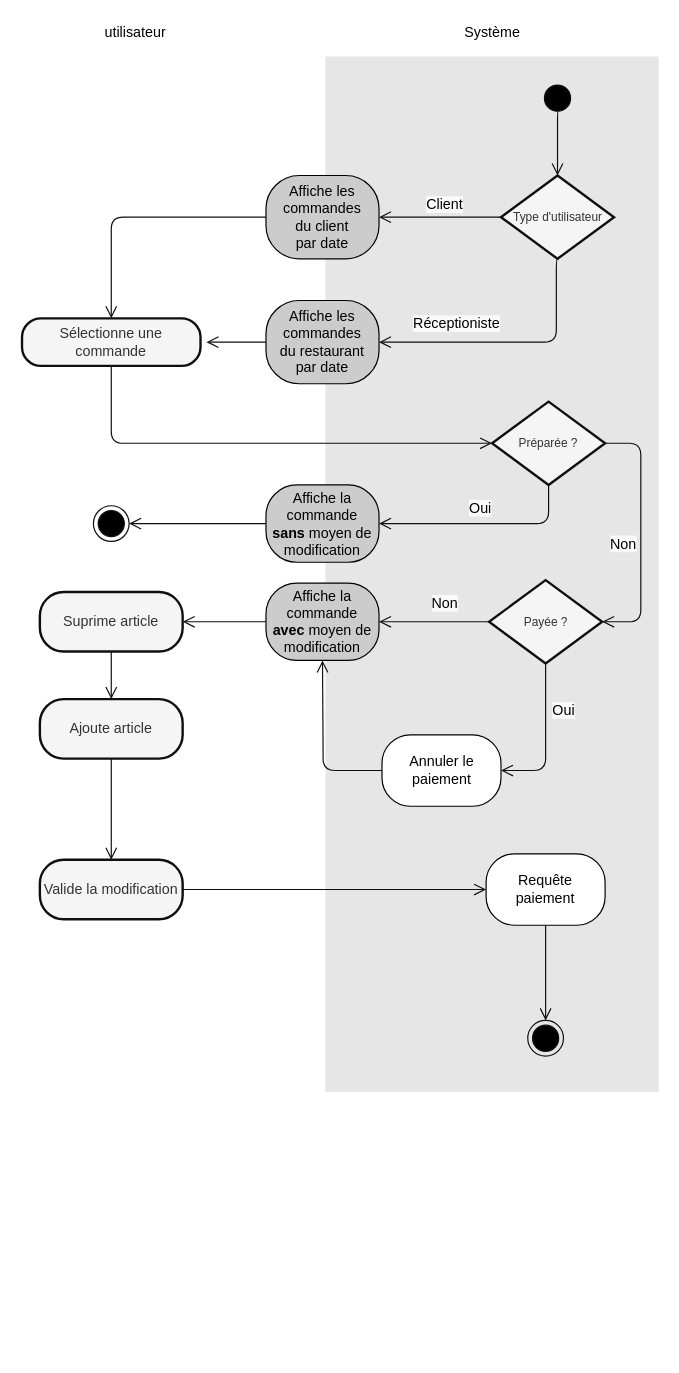
This is diagrams/activity/edit.drawio from gsagot/oc_p6_ocPizza, a draw.io file, before an edit. Source tidied: cells renumbered, new cells numbered last; positions are measured from the earlier drawing's top-left corner, leaving out a move shared by most shapes. Both pictures are drawn from the tidied source at 119%, with x=0, y=0 at pixel (21, 20).
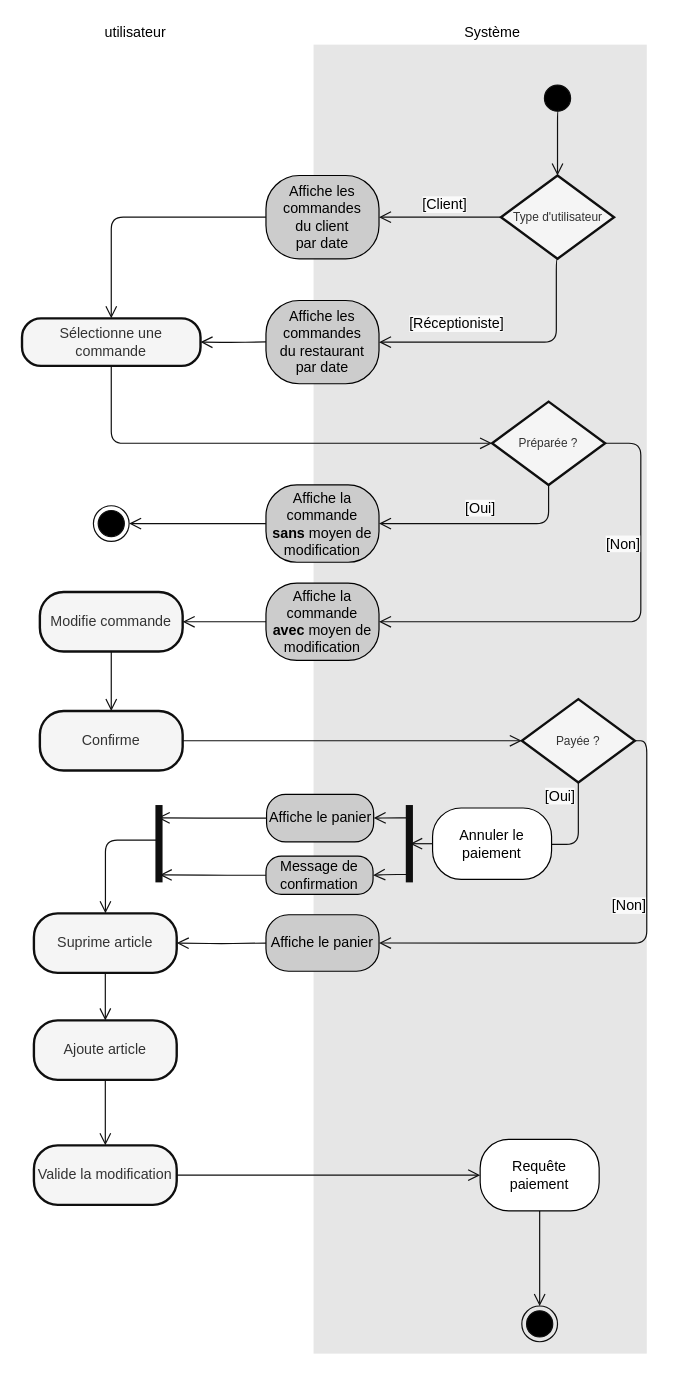
Above is the later version.

Unchanged cells that the change refers to:
```xml
<mxCell id="7" value="Sélectionne une commande" style="rounded=1;whiteSpace=wrap;html=1;arcSize=40;fillColor=#f5f5f5;shadow=0;sketch=0;fontColor=#333333;strokeWidth=2;strokeColor=#0F0F0F;" parent="1" vertex="1">
  <mxGeometry y="250" width="150" height="40" as="geometry" />
</mxCell>
<mxCell id="12" value="Affiche la commande&lt;br&gt;&lt;b&gt;avec&lt;/b&gt; moyen de modification" style="rounded=1;whiteSpace=wrap;html=1;arcSize=40;shadow=0;sketch=0;fillColor=#CCCCCC;" parent="1" vertex="1">
  <mxGeometry x="205" y="472.5" width="95" height="65" as="geometry" />
</mxCell>
<mxCell id="16" value="&lt;font size=&quot;1&quot;&gt;Type d'utilisateur&lt;/font&gt;" style="rhombus;whiteSpace=wrap;html=1;fillColor=#f5f5f5;shadow=0;sketch=0;fontColor=#333333;strokeWidth=2;strokeColor=#0F0F0F;" parent="1" vertex="1">
  <mxGeometry x="402.5" y="130" width="95" height="70" as="geometry" />
</mxCell>
<mxCell id="17" value="Affiche les commandes&lt;br&gt;du restaurant &lt;br&gt;par date" style="rounded=1;whiteSpace=wrap;html=1;arcSize=40;shadow=0;sketch=0;fillColor=#CCCCCC;" parent="1" vertex="1">
  <mxGeometry x="205" y="235" width="95" height="70" as="geometry" />
</mxCell>
<mxCell id="26" value="&lt;font size=&quot;1&quot;&gt;Préparée ?&lt;/font&gt;" style="rhombus;whiteSpace=wrap;html=1;fillColor=#f5f5f5;shadow=0;sketch=0;fontColor=#333333;strokeWidth=2;strokeColor=#0F0F0F;" parent="1" vertex="1">
  <mxGeometry x="395" y="320" width="95" height="70" as="geometry" />
</mxCell>
<mxCell id="31" value="Affiche la commande&lt;br&gt;&lt;b&gt;sans&lt;/b&gt; moyen de modification" style="rounded=1;whiteSpace=wrap;html=1;arcSize=40;shadow=0;sketch=0;fillColor=#CCCCCC;" parent="1" vertex="1">
  <mxGeometry x="205" y="390" width="95" height="65" as="geometry" />
</mxCell>
```

Change to the diagram source:
```diff
@@
-    <mxCell id="2" style="rounded=0;whiteSpace=wrap;html=1;strokeColor=none;fillColor=#E6E6E6;" parent="1" vertex="1">
-      <mxGeometry x="255" y="30" width="280" height="870" as="geometry" />
-    </mxCell>
-    <mxCell id="3" style="ellipse;html=1;shape=startState;fillColor=#000000;shadow=0;sketch=0;strokeColor=#0F0F0F;" parent="1" vertex="1">
-      <mxGeometry x="435" y="50" width="30" height="30" as="geometry" />
-    </mxCell>
-    <mxCell id="4" style="edgeStyle=orthogonalEdgeStyle;html=1;verticalAlign=bottom;endArrow=open;endSize=8;strokeColor=#0F0F0F;exitX=0.544;exitY=0.839;exitDx=0;exitDy=0;exitPerimeter=0;entryX=0.5;entryY=0;entryDx=0;entryDy=0;" parent="1" edge="1" source="3" target="16">
-      <mxGeometry relative="1" as="geometry">
-        <Array as="points">
-          <mxPoint x="450" y="75" />
-        </Array>
-      </mxGeometry>
-    </mxCell>
+    <mxCell id="44" style="rounded=0;whiteSpace=wrap;html=1;strokeColor=none;fillColor=#E6E6E6;" parent="1" vertex="1">
+      <mxGeometry x="245" y="20" width="280" height="1100" as="geometry" />
+    </mxCell>
+    <mxCell id="45" style="ellipse;html=1;shape=startState;fillColor=#000000;shadow=0;sketch=0;strokeColor=#0F0F0F;" parent="1" vertex="1">
+      <mxGeometry x="435" y="50" width="30" height="30" as="geometry" />
+    </mxCell>
+    <mxCell id="46" style="edgeStyle=orthogonalEdgeStyle;html=1;verticalAlign=bottom;endArrow=open;endSize=8;strokeColor=#0F0F0F;exitX=0.544;exitY=0.839;exitDx=0;exitDy=0;exitPerimeter=0;entryX=0.5;entryY=0;entryDx=0;entryDy=0;" parent="1" edge="1" source="45" target="16">
+      <mxGeometry relative="1" as="geometry">
+        <Array as="points">
+          <mxPoint x="450" y="75" />
+        </Array>
+      </mxGeometry>
+    </mxCell>
@@
     <mxCell id="8" value="Suprime article" style="rounded=1;whiteSpace=wrap;html=1;arcSize=40;fillColor=#f5f5f5;shadow=0;sketch=0;fontColor=#333333;strokeWidth=2;strokeColor=#0F0F0F;" parent="1" vertex="1">
-      <mxGeometry x="15" y="480" width="120" height="50" as="geometry" />
+      <mxGeometry x="10" y="750" width="120" height="50" as="geometry" />
     </mxCell>
@@
-    <mxCell id="10" style="edgeStyle=orthogonalEdgeStyle;html=1;verticalAlign=bottom;endArrow=open;endSize=8;strokeColor=#0F0F0F;exitX=1;exitY=0.5;exitDx=0;exitDy=0;entryX=1;entryY=0.5;entryDx=0;entryDy=0;" parent="1" edge="1" source="26" target="37">
-      <mxGeometry relative="1" as="geometry">
-        <Array as="points">
-          <mxPoint x="520" y="355" />
-          <mxPoint x="520" y="505" />
-        </Array>
-      </mxGeometry>
-    </mxCell>
-    <mxCell id="11" style="edgeStyle=orthogonalEdgeStyle;rounded=1;jettySize=auto;html=1;exitX=0;exitY=0.5;exitDx=0;exitDy=0;entryX=1;entryY=0.5;entryDx=0;entryDy=0;verticalAlign=bottom;strokeColor=#0F0F0F;endArrow=open;endSize=8;" parent="1" edge="1" source="12" target="8">
-      <mxGeometry relative="1" as="geometry" />
-    </mxCell>
+    <mxCell id="47" style="edgeStyle=orthogonalEdgeStyle;html=1;verticalAlign=bottom;endArrow=open;endSize=8;strokeColor=#0F0F0F;exitX=1;exitY=0.5;exitDx=0;exitDy=0;entryX=1;entryY=0.5;entryDx=0;entryDy=0;" parent="1" edge="1" source="26" target="12">
+      <mxGeometry relative="1" as="geometry">
+        <Array as="points">
+          <mxPoint x="520" y="355" />
+          <mxPoint x="520" y="505" />
+        </Array>
+      </mxGeometry>
+    </mxCell>
+    <mxCell id="48" style="edgeStyle=orthogonalEdgeStyle;rounded=1;jettySize=auto;html=1;exitX=0;exitY=0.5;exitDx=0;exitDy=0;verticalAlign=bottom;strokeColor=#0F0F0F;endArrow=open;endSize=8;entryX=1;entryY=0.5;entryDx=0;entryDy=0;" parent="1" edge="1" source="12" target="60">
+      <mxGeometry relative="1" as="geometry" />
+    </mxCell>
@@
-    <mxCell id="13" style="edgeStyle=orthogonalEdgeStyle;html=1;verticalAlign=bottom;endArrow=open;endSize=8;strokeColor=#0F0F0F;entryX=0.5;entryY=0;entryDx=0;entryDy=0;exitX=0.5;exitY=1;exitDx=0;exitDy=0;" parent="1" edge="1" source="15" target="14">
-      <mxGeometry relative="1" as="geometry">
-        <Array as="points">
-          <mxPoint x="440" y="780" />
-        </Array>
-      </mxGeometry>
-    </mxCell>
-    <mxCell id="14" style="ellipse;html=1;shape=endState;fillColor=#000000;shadow=0;sketch=0;strokeColor=#0F0F0F;" parent="1" vertex="1">
-      <mxGeometry x="425" y="840" width="30" height="30" as="geometry" />
-    </mxCell>
+    <mxCell id="49" style="edgeStyle=orthogonalEdgeStyle;html=1;verticalAlign=bottom;endArrow=open;endSize=8;strokeColor=#0F0F0F;entryX=0.5;entryY=0;entryDx=0;entryDy=0;exitX=0.5;exitY=1;exitDx=0;exitDy=0;" parent="1" edge="1" source="15" target="50">
+      <mxGeometry relative="1" as="geometry">
+        <Array as="points">
+          <mxPoint x="435" y="1020" />
+          <mxPoint x="435" y="1020" />
+        </Array>
+      </mxGeometry>
+    </mxCell>
+    <mxCell id="50" style="ellipse;html=1;shape=endState;fillColor=#000000;shadow=0;sketch=0;strokeColor=#0F0F0F;" parent="1" vertex="1">
+      <mxGeometry x="420" y="1080" width="30" height="30" as="geometry" />
+    </mxCell>
     <mxCell id="15" value="Requête&lt;br&gt;paiement" style="rounded=1;whiteSpace=wrap;html=1;arcSize=40;shadow=0;sketch=0;" parent="1" vertex="1">
-      <mxGeometry x="390" y="700" width="100" height="60" as="geometry" />
+      <mxGeometry x="385" y="940" width="100" height="60" as="geometry" />
     </mxCell>
@@
-    <mxCell id="18" style="edgeStyle=orthogonalEdgeStyle;html=1;verticalAlign=bottom;endArrow=open;endSize=8;strokeColor=#0F0F0F;exitX=0.544;exitY=0.839;exitDx=0;exitDy=0;exitPerimeter=0;entryX=1;entryY=0.5;entryDx=0;entryDy=0;" parent="1" edge="1" target="17">
-      <mxGeometry relative="1" as="geometry">
-        <mxPoint x="450.7" y="200" as="sourcePoint" />
-        <Array as="points">
-          <mxPoint x="449" y="200" />
-          <mxPoint x="449" y="270" />
-        </Array>
-      </mxGeometry>
-    </mxCell>
+    <mxCell id="51" style="edgeStyle=orthogonalEdgeStyle;html=1;verticalAlign=bottom;endArrow=open;endSize=8;strokeColor=#0F0F0F;exitX=0.544;exitY=0.839;exitDx=0;exitDy=0;exitPerimeter=0;entryX=1;entryY=0.5;entryDx=0;entryDy=0;" parent="1" edge="1" target="17">
+      <mxGeometry relative="1" as="geometry">
+        <mxPoint x="450.7" y="200" as="sourcePoint" />
+        <Array as="points">
+          <mxPoint x="449" y="200" />
+          <mxPoint x="449" y="270" />
+        </Array>
+      </mxGeometry>
+    </mxCell>
@@
-    <mxCell id="20" value="&lt;span style=&quot;background-color: rgb(250 , 250 , 250)&quot;&gt;Client&lt;/span&gt;" style="text;html=1;align=center;verticalAlign=middle;strokeColor=none;" parent="1" vertex="1">
-      <mxGeometry x="330" y="145" width="50" height="20" as="geometry" />
-    </mxCell>
-    <mxCell id="21" value="&lt;span style=&quot;background-color: rgb(250 , 250 , 250)&quot;&gt;Réceptioniste&lt;/span&gt;" style="text;html=1;align=center;verticalAlign=middle;strokeColor=none;" parent="1" vertex="1">
-      <mxGeometry x="320" y="245" width="90" height="20" as="geometry" />
-    </mxCell>
-    <mxCell id="22" style="edgeStyle=orthogonalEdgeStyle;html=1;verticalAlign=bottom;endArrow=open;endSize=8;strokeColor=#0F0F0F;exitX=0;exitY=0.5;exitDx=0;exitDy=0;" parent="1" edge="1">
-      <mxGeometry relative="1" as="geometry">
-        <mxPoint x="205" y="269.8" as="sourcePoint" />
-        <mxPoint x="155" y="270" as="targetPoint" />
-        <Array as="points">
-          <mxPoint x="155" y="269.8" />
-          <mxPoint x="155" y="269.8" />
-        </Array>
-      </mxGeometry>
-    </mxCell>
+    <mxCell id="52" value="&lt;span style=&quot;background-color: rgb(250 , 250 , 250)&quot;&gt;[Client]&lt;/span&gt;" style="text;html=1;align=center;verticalAlign=middle;strokeColor=none;" parent="1" vertex="1">
+      <mxGeometry x="330" y="145" width="50" height="20" as="geometry" />
+    </mxCell>
+    <mxCell id="53" value="&lt;span style=&quot;background-color: rgb(250 , 250 , 250)&quot;&gt;[Réceptioniste]&lt;/span&gt;" style="text;html=1;align=center;verticalAlign=middle;strokeColor=none;" parent="1" vertex="1">
+      <mxGeometry x="320" y="245" width="90" height="20" as="geometry" />
+    </mxCell>
+    <mxCell id="54" style="edgeStyle=orthogonalEdgeStyle;html=1;verticalAlign=bottom;endArrow=open;endSize=8;strokeColor=#0F0F0F;exitX=0;exitY=0.5;exitDx=0;exitDy=0;entryX=1;entryY=0.5;entryDx=0;entryDy=0;" parent="1" edge="1" target="7">
+      <mxGeometry relative="1" as="geometry">
+        <mxPoint x="205" y="269.8" as="sourcePoint" />
+      </mxGeometry>
+    </mxCell>
@@
     <mxCell id="27" value="Ajoute article" style="rounded=1;whiteSpace=wrap;html=1;arcSize=40;fillColor=#f5f5f5;shadow=0;sketch=0;fontColor=#333333;strokeWidth=2;strokeColor=#0F0F0F;" parent="1" vertex="1">
-      <mxGeometry x="15" y="570" width="120" height="50" as="geometry" />
+      <mxGeometry x="10" y="840" width="120" height="50" as="geometry" />
     </mxCell>
@@
     <mxCell id="29" value="Valide la modification" style="rounded=1;whiteSpace=wrap;html=1;arcSize=40;fillColor=#f5f5f5;shadow=0;sketch=0;fontColor=#333333;strokeWidth=2;strokeColor=#0F0F0F;" parent="1" vertex="1">
-      <mxGeometry x="15" y="705" width="120" height="50" as="geometry" />
+      <mxGeometry x="10" y="945" width="120" height="50" as="geometry" />
     </mxCell>
@@
-    <mxCell id="33" style="ellipse;html=1;shape=endState;fillColor=#000000;shadow=0;sketch=0;strokeColor=#0F0F0F;" parent="1" vertex="1">
-      <mxGeometry x="60" y="407.5" width="30" height="30" as="geometry" />
-    </mxCell>
-    <mxCell id="34" style="edgeStyle=orthogonalEdgeStyle;html=1;verticalAlign=bottom;endArrow=open;endSize=8;strokeColor=#0F0F0F;entryX=1;entryY=0.5;entryDx=0;entryDy=0;exitX=0;exitY=0.5;exitDx=0;exitDy=0;" parent="1" edge="1" source="31">
-      <mxGeometry relative="1" as="geometry">
-        <mxPoint x="90" y="422.5" as="targetPoint" />
-        <Array as="points">
-          <mxPoint x="190" y="423" />
-          <mxPoint x="190" y="423" />
-        </Array>
-      </mxGeometry>
-    </mxCell>
-    <mxCell id="35" value="&lt;span style=&quot;background-color: rgb(250 , 250 , 250)&quot;&gt;Oui&lt;/span&gt;" style="text;html=1;align=center;verticalAlign=middle;strokeColor=none;" parent="1" vertex="1">
-      <mxGeometry x="370" y="400" width="30" height="20" as="geometry" />
-    </mxCell>
-    <mxCell id="36" value="&lt;span style=&quot;background-color: rgb(250 , 250 , 250)&quot;&gt;Non&lt;/span&gt;" style="text;html=1;align=center;verticalAlign=middle;strokeColor=none;" parent="1" vertex="1">
-      <mxGeometry x="485" y="430" width="40" height="20" as="geometry" />
-    </mxCell>
+    <mxCell id="55" style="ellipse;html=1;shape=endState;fillColor=#000000;shadow=0;sketch=0;strokeColor=#0F0F0F;" parent="1" vertex="1">
+      <mxGeometry x="60" y="407.5" width="30" height="30" as="geometry" />
+    </mxCell>
+    <mxCell id="56" style="edgeStyle=orthogonalEdgeStyle;html=1;verticalAlign=bottom;endArrow=open;endSize=8;strokeColor=#0F0F0F;entryX=1;entryY=0.5;entryDx=0;entryDy=0;exitX=0;exitY=0.5;exitDx=0;exitDy=0;" parent="1" edge="1" source="31">
+      <mxGeometry relative="1" as="geometry">
+        <mxPoint x="90" y="422.5" as="targetPoint" />
+        <Array as="points">
+          <mxPoint x="190" y="423" />
+          <mxPoint x="190" y="423" />
+        </Array>
+      </mxGeometry>
+    </mxCell>
+    <mxCell id="57" value="&lt;span style=&quot;background-color: rgb(250 , 250 , 250)&quot;&gt;[Oui]&lt;/span&gt;" style="text;html=1;align=center;verticalAlign=middle;strokeColor=none;" parent="1" vertex="1">
+      <mxGeometry x="365" y="400" width="40" height="20" as="geometry" />
+    </mxCell>
+    <mxCell id="58" value="&lt;span style=&quot;background-color: rgb(250 , 250 , 250)&quot;&gt;[Non]&lt;/span&gt;" style="text;html=1;align=center;verticalAlign=middle;strokeColor=none;" parent="1" vertex="1">
+      <mxGeometry x="485" y="430" width="40" height="20" as="geometry" />
+    </mxCell>
     <mxCell id="37" value="&lt;font size=&quot;1&quot;&gt;Payée ?&lt;/font&gt;" style="rhombus;whiteSpace=wrap;html=1;fillColor=#f5f5f5;shadow=0;sketch=0;fontColor=#333333;strokeWidth=2;strokeColor=#0F0F0F;" parent="1" vertex="1">
-      <mxGeometry x="392.5" y="470" width="95" height="70" as="geometry" />
+      <mxGeometry x="420" y="570" width="95" height="70" as="geometry" />
     </mxCell>
-    <mxCell id="38" style="edgeStyle=orthogonalEdgeStyle;rounded=1;jettySize=auto;html=1;exitX=0;exitY=0.5;exitDx=0;exitDy=0;entryX=1;entryY=0.5;entryDx=0;entryDy=0;verticalAlign=bottom;strokeColor=#0F0F0F;endArrow=open;endSize=8;" parent="1" edge="1" source="37" target="12">
-      <mxGeometry relative="1" as="geometry" />
-    </mxCell>
-    <mxCell id="39" value="&lt;span style=&quot;background-color: rgb(250 , 250 , 250)&quot;&gt;Non&lt;/span&gt;" style="text;html=1;align=center;verticalAlign=middle;strokeColor=none;" parent="1" vertex="1">
-      <mxGeometry x="335" y="480" width="40" height="20" as="geometry" />
-    </mxCell>
+    <mxCell id="59" value="&lt;span style=&quot;background-color: rgb(250 , 250 , 250)&quot;&gt;[Non]&lt;/span&gt;" style="text;html=1;align=center;verticalAlign=middle;strokeColor=none;" parent="1" vertex="1">
+      <mxGeometry x="490" y="734" width="40" height="20" as="geometry" />
+    </mxCell>
-    <mxCell id="40" style="edgeStyle=orthogonalEdgeStyle;html=1;verticalAlign=bottom;endArrow=open;endSize=8;strokeColor=#0F0F0F;exitX=0.5;exitY=1;exitDx=0;exitDy=0;entryX=1;entryY=0.5;entryDx=0;entryDy=0;" parent="1" edge="1" source="37" target="42">
+    <mxCell id="40" style="edgeStyle=orthogonalEdgeStyle;html=1;verticalAlign=bottom;endArrow=open;endSize=8;strokeColor=#0F0F0F;entryX=1;entryY=0.5;entryDx=0;entryDy=0;exitX=0.5;exitY=1;exitDx=0;exitDy=0;" parent="1" edge="1" source="37" target="42">
       <mxGeometry relative="1" as="geometry">
         <Array as="points">
-          <mxPoint x="440" y="630" />
+          <mxPoint x="468" y="692" />
+          <mxPoint x="435" y="692" />
         </Array>
       </mxGeometry>
     </mxCell>
-    <mxCell id="41" value="&lt;span style=&quot;background-color: rgb(250 , 250 , 250)&quot;&gt;Oui&lt;/span&gt;" style="text;html=1;align=center;verticalAlign=middle;strokeColor=none;" parent="1" vertex="1">
-      <mxGeometry x="440" y="570" width="30" height="20" as="geometry" />
-    </mxCell>
     <mxCell id="42" value="Annuler le paiement" style="rounded=1;whiteSpace=wrap;html=1;arcSize=40;shadow=0;sketch=0;" parent="1" vertex="1">
-      <mxGeometry x="302.5" y="600" width="100" height="60" as="geometry" />
+      <mxGeometry x="345" y="661.5" width="100" height="60" as="geometry" />
     </mxCell>
-    <mxCell id="43" style="edgeStyle=orthogonalEdgeStyle;html=1;verticalAlign=bottom;endArrow=open;endSize=8;strokeColor=#0F0F0F;entryX=0.5;entryY=1;entryDx=0;entryDy=0;exitX=0;exitY=0.5;exitDx=0;exitDy=0;" parent="1" edge="1" source="42" target="12">
-      <mxGeometry relative="1" as="geometry">
-        <Array as="points">
-          <mxPoint x="253" y="630" />
-          <mxPoint x="253" y="610" />
-        </Array>
-      </mxGeometry>
-    </mxCell>
+    <mxCell id="60" value="Modifie commande" style="rounded=1;whiteSpace=wrap;html=1;arcSize=40;fillColor=#f5f5f5;shadow=0;sketch=0;fontColor=#333333;strokeWidth=2;strokeColor=#0F0F0F;" parent="1" vertex="1">
+      <mxGeometry x="15" y="480" width="120" height="50" as="geometry" />
+    </mxCell>
+    <mxCell id="61" value="Confirme" style="rounded=1;whiteSpace=wrap;html=1;arcSize=40;fillColor=#f5f5f5;shadow=0;sketch=0;fontColor=#333333;strokeWidth=2;strokeColor=#0F0F0F;" parent="1" vertex="1">
+      <mxGeometry x="15" y="580" width="120" height="50" as="geometry" />
+    </mxCell>
+    <mxCell id="62" style="edgeStyle=orthogonalEdgeStyle;rounded=1;jettySize=auto;html=1;exitX=0.5;exitY=1;exitDx=0;exitDy=0;verticalAlign=bottom;strokeColor=#0F0F0F;endArrow=open;endSize=8;entryX=0.5;entryY=0;entryDx=0;entryDy=0;" parent="1" edge="1" source="60" target="61">
+      <mxGeometry relative="1" as="geometry" />
+    </mxCell>
+    <mxCell id="63" style="edgeStyle=orthogonalEdgeStyle;html=1;verticalAlign=bottom;endArrow=open;endSize=8;strokeColor=#0F0F0F;exitX=1;exitY=0.5;exitDx=0;exitDy=0;entryX=0;entryY=0.5;entryDx=0;entryDy=0;" parent="1" edge="1" source="61" target="37">
+      <mxGeometry relative="1" as="geometry" />
+    </mxCell>
+    <mxCell id="64" style="edgeStyle=orthogonalEdgeStyle;html=1;verticalAlign=bottom;endArrow=open;endSize=8;strokeColor=#0F0F0F;entryX=1;entryY=0.5;entryDx=0;entryDy=0;exitX=1;exitY=0.5;exitDx=0;exitDy=0;startArrow=none;" parent="1" edge="1" source="37" target="66">
+      <mxGeometry relative="1" as="geometry" />
+    </mxCell>
+    <mxCell id="65" value="&lt;span style=&quot;background-color: rgb(250 , 250 , 250)&quot;&gt;[Oui]&lt;/span&gt;" style="text;html=1;align=center;verticalAlign=middle;strokeColor=none;" parent="1" vertex="1">
+      <mxGeometry x="432" y="641.5" width="40" height="20" as="geometry" />
+    </mxCell>
+    <mxCell id="66" value="Affiche le panier" style="rounded=1;whiteSpace=wrap;html=1;arcSize=40;shadow=0;sketch=0;fillColor=#CCCCCC;" parent="1" vertex="1">
+      <mxGeometry x="205" y="751.2" width="95" height="47.5" as="geometry" />
+    </mxCell>
+    <mxCell id="67" style="edgeStyle=orthogonalEdgeStyle;html=1;verticalAlign=bottom;endArrow=open;endSize=8;strokeColor=#0F0F0F;entryX=1;entryY=0.5;entryDx=0;entryDy=0;exitX=1;exitY=0.5;exitDx=0;exitDy=0;startArrow=none;" parent="1" edge="1" target="8">
+      <mxGeometry relative="1" as="geometry">
+        <mxPoint x="205" y="775" as="sourcePoint" />
+      </mxGeometry>
+    </mxCell>
+    <mxCell id="68" style="edgeStyle=orthogonalEdgeStyle;html=1;verticalAlign=bottom;endArrow=open;endSize=8;strokeColor=#0F0F0F;exitX=0.453;exitY=0.407;exitDx=0;exitDy=0;exitPerimeter=0;" parent="1" edge="1" source="74">
+      <mxGeometry relative="1" as="geometry">
+        <mxPoint x="70.1" y="750" as="targetPoint" />
+        <Array as="points">
+          <mxPoint x="70.1" y="688" />
+        </Array>
+      </mxGeometry>
+    </mxCell>
+    <mxCell id="69" value="Affiche le panier" style="rounded=1;whiteSpace=wrap;html=1;arcSize=40;shadow=0;sketch=0;fillColor=#CCCCCC;" parent="1" vertex="1">
+      <mxGeometry x="205.5" y="650" width="90" height="40" as="geometry" />
+    </mxCell>
+    <mxCell id="70" style="shape=line;html=1;strokeWidth=6;shadow=0;sketch=0;direction=south;strokeColor=#0F0F0F;" parent="1" vertex="1">
+      <mxGeometry x="320.5" y="659" width="10" height="65" as="geometry" />
+    </mxCell>
+    <mxCell id="71" style="edgeStyle=orthogonalEdgeStyle;html=1;verticalAlign=bottom;endArrow=open;endSize=8;strokeColor=#0F0F0F;entryX=1;entryY=0.5;entryDx=0;entryDy=0;exitX=0.898;exitY=0.42;exitDx=0;exitDy=0;exitPerimeter=0;" parent="1" edge="1" source="70" target="72">
+      <mxGeometry relative="1" as="geometry">
+        <Array as="points">
+          <mxPoint x="305.5" y="717" />
+        </Array>
+      </mxGeometry>
+    </mxCell>
+    <mxCell id="72" value="Message de confirmation" style="rounded=1;whiteSpace=wrap;html=1;arcSize=40;shadow=0;sketch=0;fillColor=#CCCCCC;" parent="1" vertex="1">
+      <mxGeometry x="205" y="702" width="90" height="32" as="geometry" />
+    </mxCell>
+    <mxCell id="73" style="edgeStyle=orthogonalEdgeStyle;html=1;verticalAlign=bottom;endArrow=open;endSize=8;strokeColor=#0F0F0F;exitX=0;exitY=0.5;exitDx=0;exitDy=0;entryX=0.165;entryY=0.607;entryDx=0;entryDy=0;entryPerimeter=0;" parent="1" edge="1" source="69" target="74">
+      <mxGeometry relative="1" as="geometry" />
+    </mxCell>
+    <mxCell id="74" style="shape=line;html=1;strokeWidth=6;shadow=0;sketch=0;direction=south;strokeColor=#0F0F0F;" parent="1" vertex="1">
+      <mxGeometry x="110.1" y="659" width="10" height="65" as="geometry" />
+    </mxCell>
+    <mxCell id="75" style="edgeStyle=orthogonalEdgeStyle;html=1;verticalAlign=bottom;endArrow=open;endSize=8;strokeColor=#0F0F0F;exitX=0;exitY=0.5;exitDx=0;exitDy=0;entryX=0.903;entryY=0.436;entryDx=0;entryDy=0;entryPerimeter=0;" parent="1" edge="1" source="72" target="74">
+      <mxGeometry relative="1" as="geometry" />
+    </mxCell>
+    <mxCell id="76" style="edgeStyle=orthogonalEdgeStyle;html=1;verticalAlign=bottom;endArrow=open;endSize=8;strokeColor=#0F0F0F;entryX=1;entryY=0.5;entryDx=0;entryDy=0;exitX=0.166;exitY=0.38;exitDx=0;exitDy=0;exitPerimeter=0;" parent="1" edge="1" source="70" target="69">
+      <mxGeometry relative="1" as="geometry" />
+    </mxCell>
+    <mxCell id="77" style="edgeStyle=orthogonalEdgeStyle;rounded=1;jettySize=auto;html=1;exitX=0;exitY=0.5;exitDx=0;exitDy=0;verticalAlign=bottom;strokeColor=#0F0F0F;endArrow=open;endSize=8;entryX=0.503;entryY=0.433;entryDx=0;entryDy=0;entryPerimeter=0;" parent="1" edge="1" source="42" target="70">
+      <mxGeometry relative="1" as="geometry" />
+    </mxCell>
```
